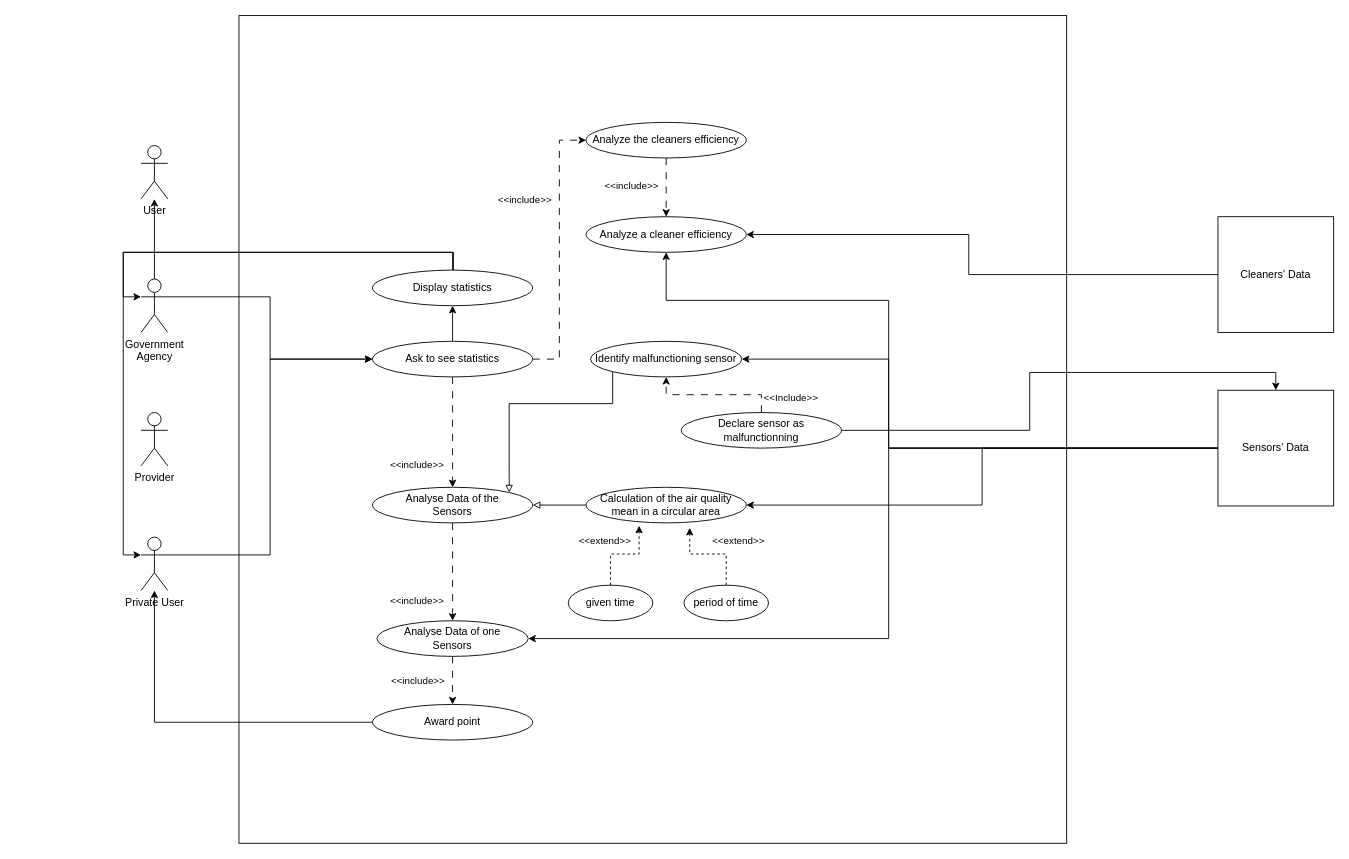
This is UseCaseDiagram.drawio from A-Allaz/ProjetUML, a draw.io file, before an edit. Source tidied: cells renumbered, new cells numbered last; positions are measured from the earlier drawing's top-left corner, leaving out a move shared by most shapes. Both pictures are drawn from the tidied source at 89%, with x=0, y=0 at pixel (123, 15).
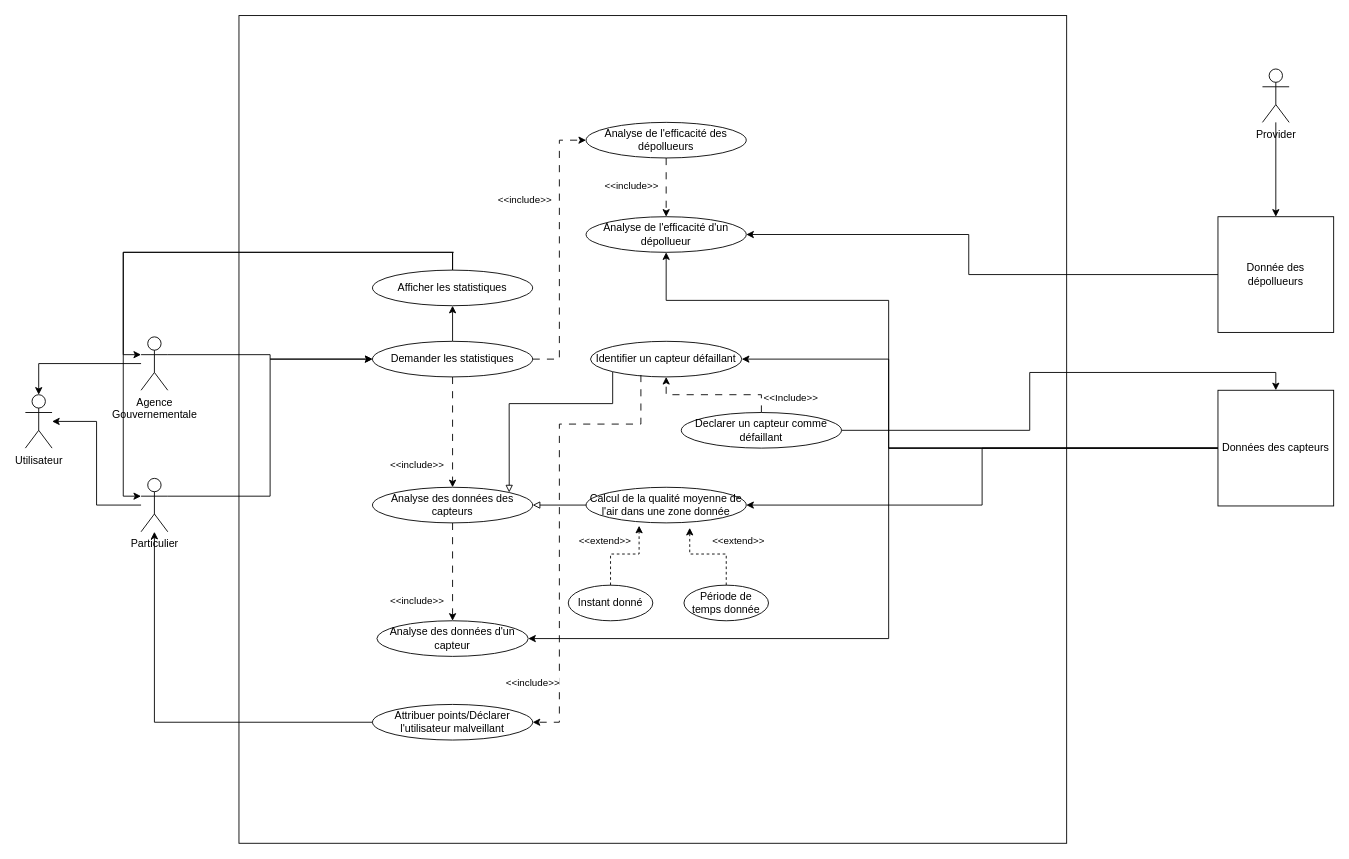
After the change.

Commit message (it also covers changes not shown here):
Diagramme de cas d'usage en Fr.

The edit, as a diff of the source:
```diff
@@
+    <mxCell id="4" style="edgeStyle=orthogonalEdgeStyle;rounded=0;jettySize=auto;html=1;exitX=1;exitY=0.3333333333333333;exitDx=0;exitDy=0;exitPerimeter=0;entryX=0;entryY=0.5;entryDx=0;entryDy=0;" parent="1" edge="1" source="5" target="14">
+      <mxGeometry relative="1" as="geometry" />
+    </mxCell>
-    <mxCell id="3" style="edgeStyle=orthogonalEdgeStyle;rounded=0;jettySize=auto;html=1;exitX=0.5;exitY=0;exitDx=0;exitDy=0;exitPerimeter=0;" parent="1" edge="1" source="5" target="10">
+    <mxCell id="3" style="edgeStyle=orthogonalEdgeStyle;rounded=0;jettySize=auto;html=1;" parent="1" edge="1" source="5" target="10">
       <mxGeometry relative="1" as="geometry" />
     </mxCell>
-    <mxCell id="4" style="edgeStyle=orthogonalEdgeStyle;rounded=0;jettySize=auto;html=1;exitX=1;exitY=0.3333333333333333;exitDx=0;exitDy=0;exitPerimeter=0;entryX=0;entryY=0.5;entryDx=0;entryDy=0;" parent="1" edge="1" source="5" target="14">
-      <mxGeometry relative="1" as="geometry" />
-    </mxCell>
-    <mxCell id="5" value="Government&lt;div&gt;Agency&lt;/div&gt;" style="shape=umlActor;verticalLabelPosition=bottom;verticalAlign=top;html=1;outlineConnect=0;" parent="1" vertex="1">
-      <mxGeometry x="20" y="296" width="30" height="60" as="geometry" />
+    <mxCell id="5" value="Agence&lt;div&gt;Gouvernementale&lt;/div&gt;" style="shape=umlActor;verticalLabelPosition=bottom;verticalAlign=top;html=1;outlineConnect=0;" parent="1" vertex="1">
+      <mxGeometry x="20" y="361" width="30" height="60" as="geometry" />
     </mxCell>
+    <mxCell id="47" style="edgeStyle=orthogonalEdgeStyle;rounded=0;jettySize=auto;html=1;entryX=0.5;entryY=0;entryDx=0;entryDy=0;" parent="1" edge="1" source="6" target="39">
+      <mxGeometry relative="1" as="geometry" />
+    </mxCell>
     <mxCell id="6" value="Provider" style="shape=umlActor;verticalLabelPosition=bottom;verticalAlign=top;html=1;outlineConnect=0;" parent="1" vertex="1">
-      <mxGeometry x="20" y="446" width="30" height="60" as="geometry" />
+      <mxGeometry x="1280" y="60" width="30" height="60" as="geometry" />
     </mxCell>
@@
-    <mxCell id="9" value="Private User" style="shape=umlActor;verticalLabelPosition=bottom;verticalAlign=top;html=1;outlineConnect=0;" parent="1" vertex="1">
-      <mxGeometry x="20" y="586" width="30" height="60" as="geometry" />
+    <mxCell id="9" value="Particulier" style="shape=umlActor;verticalLabelPosition=bottom;verticalAlign=top;html=1;outlineConnect=0;" parent="1" vertex="1">
+      <mxGeometry x="20" y="520" width="30" height="60" as="geometry" />
     </mxCell>
-    <mxCell id="10" value="User" style="shape=umlActor;verticalLabelPosition=bottom;verticalAlign=top;html=1;outlineConnect=0;" parent="1" vertex="1">
-      <mxGeometry x="20" y="146" width="30" height="60" as="geometry" />
+    <mxCell id="10" value="Utilisateur" style="shape=umlActor;verticalLabelPosition=bottom;verticalAlign=top;html=1;outlineConnect=0;" parent="1" vertex="1">
+      <mxGeometry x="-110" y="426" width="30" height="60" as="geometry" />
     </mxCell>
@@
-    <mxCell id="14" value="Ask to see statistics" style="ellipse;whiteSpace=wrap;html=1;" parent="1" vertex="1">
+    <mxCell id="14" value="Demander les statistiques" style="ellipse;whiteSpace=wrap;html=1;" parent="1" vertex="1">
       <mxGeometry x="280" y="366" width="180" height="40" as="geometry" />
     </mxCell>
@@
-    <mxCell id="16" value="Analyse Data of the&lt;div&gt;Sensors&lt;/div&gt;" style="ellipse;whiteSpace=wrap;html=1;" parent="1" vertex="1">
+    <mxCell id="16" value="Analyse des données des capteurs" style="ellipse;whiteSpace=wrap;html=1;" parent="1" vertex="1">
       <mxGeometry x="280" y="530" width="180" height="40" as="geometry" />
     </mxCell>
@@
-    <mxCell id="18" style="edgeStyle=orthogonalEdgeStyle;rounded=0;jettySize=auto;html=1;entryX=0.5;entryY=0;entryDx=0;entryDy=0;dashed=1;dashPattern=8 8;" parent="1" edge="1" source="20" target="37">
-      <mxGeometry relative="1" as="geometry" />
-    </mxCell>
-    <mxCell id="19" value="&amp;lt;&amp;lt;include&amp;gt;&amp;gt;" style="edgeLabel;html=1;align=center;verticalAlign=middle;" parent="18" vertex="1">
-      <mxGeometry x="-0.04" relative="1" as="geometry">
-        <mxPoint x="-40" as="offset" />
-      </mxGeometry>
-    </mxCell>
-    <mxCell id="20" value="Analyse Data of one&lt;div&gt;Sensors&lt;/div&gt;" style="ellipse;whiteSpace=wrap;html=1;" parent="1" vertex="1">
+    <mxCell id="20" value="Analyse des données d'un capteur" style="ellipse;whiteSpace=wrap;html=1;" parent="1" vertex="1">
       <mxGeometry x="285" y="680" width="170" height="40" as="geometry" />
     </mxCell>
@@
-    <mxCell id="22" value="Calculation of the air quality mean in a circular area" style="ellipse;whiteSpace=wrap;html=1;" parent="1" vertex="1">
+    <mxCell id="22" value="Calcul de la qualité moyenne de l'air dans une zone donnée" style="ellipse;whiteSpace=wrap;html=1;" parent="1" vertex="1">
       <mxGeometry x="520" y="530" width="180" height="40" as="geometry" />
     </mxCell>
-    <mxCell id="23" value="given time" style="ellipse;whiteSpace=wrap;html=1;" parent="1" vertex="1">
+    <mxCell id="23" value="Instant donné" style="ellipse;whiteSpace=wrap;html=1;" parent="1" vertex="1">
       <mxGeometry x="500" y="640" width="95" height="40" as="geometry" />
     </mxCell>
-    <mxCell id="24" value="period of time" style="ellipse;whiteSpace=wrap;html=1;" parent="1" vertex="1">
+    <mxCell id="24" value="Période de temps donnée" style="ellipse;whiteSpace=wrap;html=1;" parent="1" vertex="1">
       <mxGeometry x="630" y="640" width="95" height="40" as="geometry" />
     </mxCell>
@@
-    <mxCell id="28" value="Identify malfunctioning sensor" style="ellipse;whiteSpace=wrap;html=1;" parent="1" vertex="1">
+    <mxCell id="28" value="Identifier un capteur défaillant" style="ellipse;whiteSpace=wrap;html=1;" parent="1" vertex="1">
       <mxGeometry x="525" y="366" width="170" height="40" as="geometry" />
     </mxCell>
-    <mxCell id="29" value="Display statistics" style="ellipse;whiteSpace=wrap;html=1;" parent="1" vertex="1">
+    <mxCell id="29" value="Afficher les statistiques" style="ellipse;whiteSpace=wrap;html=1;" parent="1" vertex="1">
       <mxGeometry x="280" y="286" width="180" height="40" as="geometry" />
     </mxCell>
@@
-    <mxCell id="35" value="Sensors' Data" style="whiteSpace=wrap;html=1;" parent="1" vertex="1">
+    <mxCell id="35" value="Données des capteurs" style="whiteSpace=wrap;html=1;" parent="1" vertex="1">
       <mxGeometry x="1230" y="421" width="130" height="130" as="geometry" />
     </mxCell>
@@
-    <mxCell id="37" value="Award point" style="ellipse;whiteSpace=wrap;html=1;" parent="1" vertex="1">
+    <mxCell id="37" value="Attribuer points/Déclarer l'utilisateur malveillant" style="ellipse;whiteSpace=wrap;html=1;" parent="1" vertex="1">
       <mxGeometry x="280" y="774" width="180" height="40" as="geometry" />
     </mxCell>
@@
-    <mxCell id="39" value="Cleaners' Data" style="whiteSpace=wrap;html=1;" parent="1" vertex="1">
+    <mxCell id="39" value="Donnée des dépollueurs" style="whiteSpace=wrap;html=1;" parent="1" vertex="1">
       <mxGeometry x="1230" y="226" width="130" height="130" as="geometry" />
     </mxCell>
@@
-    <mxCell id="42" value="Analyze the cleaners efficiency" style="ellipse;whiteSpace=wrap;html=1;" parent="1" vertex="1">
+    <mxCell id="42" value="Analyse de l'efficacité des dépollueurs" style="ellipse;whiteSpace=wrap;html=1;" parent="1" vertex="1">
       <mxGeometry x="520" y="120" width="180" height="40" as="geometry" />
     </mxCell>
-    <mxCell id="43" value="Analyze a cleaner efficiency" style="ellipse;whiteSpace=wrap;html=1;" parent="1" vertex="1">
+    <mxCell id="43" value="Analyse de l'efficacité d'un dépollueur" style="ellipse;whiteSpace=wrap;html=1;" parent="1" vertex="1">
       <mxGeometry x="520" y="226" width="180" height="40" as="geometry" />
     </mxCell>
@@
-    <mxCell id="46" value="Declare sensor as malfunctionning" style="ellipse;whiteSpace=wrap;html=1;" parent="1" vertex="1">
+    <mxCell id="46" value="Declarer un capteur comme défaillant" style="ellipse;whiteSpace=wrap;html=1;" parent="1" vertex="1">
       <mxGeometry x="627" y="446" width="180" height="40" as="geometry" />
     </mxCell>
+    <mxCell id="48" style="edgeStyle=orthogonalEdgeStyle;rounded=0;jettySize=auto;html=1;" parent="1" edge="1" source="9" target="10">
+      <mxGeometry relative="1" as="geometry">
+        <Array as="points">
+          <mxPoint x="-30" y="550" />
+          <mxPoint x="-30" y="456" />
+        </Array>
+      </mxGeometry>
+    </mxCell>
+    <mxCell id="19" value="&amp;lt;&amp;lt;include&amp;gt;&amp;gt;" style="edgeStyle=orthogonalEdgeStyle;rounded=0;jettySize=auto;html=1;exitX=0.333;exitY=0.946;exitDx=0;exitDy=0;exitPerimeter=0;dashed=1;dashPattern=8 8;" parent="1" edge="1" source="28" target="37">
+      <mxGeometry x="0.71" y="-30" relative="1" as="geometry">
+        <Array as="points">
+          <mxPoint x="582" y="459" />
+          <mxPoint x="490" y="459" />
+          <mxPoint x="490" y="794" />
+        </Array>
+      </mxGeometry>
+    </mxCell>
```
